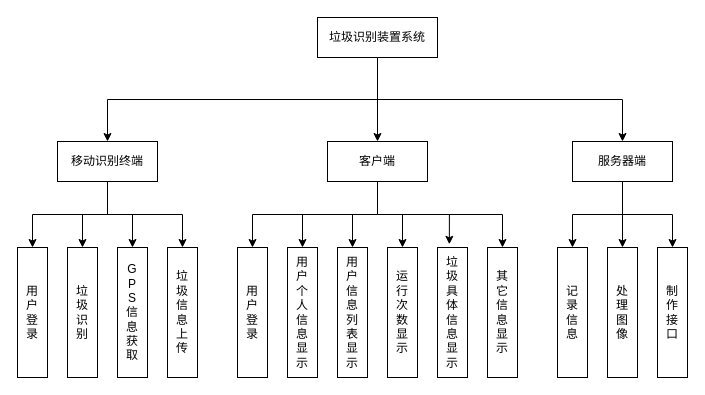
ZHYCarge/DrawIo keeps this draw.io diagram as page "总功能" (3 of 4) of 毕业设计/功能分析图.drawio. Above is the earlier version. Source tidied: cells renumbered, new cells numbered last; positions are measured from the earlier drawing's top-left corner, leaving out a move shared by most shapes. Both pictures are drawn from the tidied source at 100%, with x=0, y=0 at pixel (-33, 17).
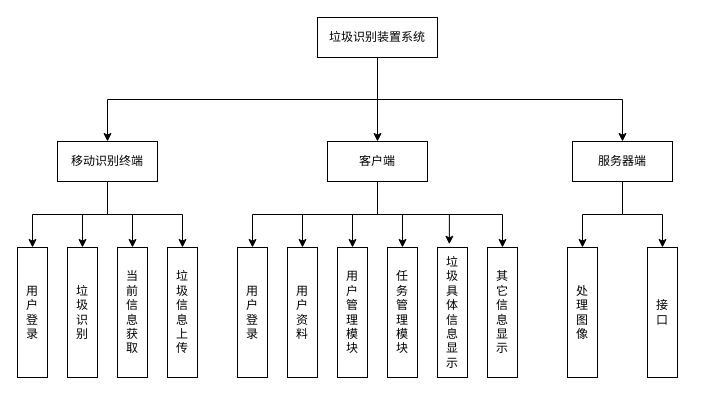
The same page after the edit.

Commit message:
更新功能分析图.drawio

The change refers to these unchanged cells:
```xml
<mxCell id="5" value="服务器端" style="whiteSpace=wrap;html=1;" parent="1" vertex="1">
  <mxGeometry x="605" y="124" width="100" height="40" as="geometry" />
</mxCell>
```

Change to the diagram source:
```diff
@@
-    <mxCell id="2" style="edgeStyle=orthogonalEdgeStyle;rounded=0;jettySize=auto;html=1;entryX=0;entryY=0.5;entryDx=0;entryDy=0;" parent="1" edge="1" source="5" target="26">
-      <mxGeometry relative="1" as="geometry" />
-    </mxCell>
@@
-    <mxCell id="24" value="G&lt;br&gt;P&lt;br&gt;S&lt;br&gt;信息获取" style="rounded=0;whiteSpace=wrap;html=1;rotation=90;verticalAlign=middle;horizontal=0;spacing=20;" parent="1" vertex="1">
+    <mxCell id="24" value="当前&lt;br&gt;信息获取" style="rounded=0;whiteSpace=wrap;html=1;rotation=90;verticalAlign=middle;horizontal=0;spacing=20;" parent="1" vertex="1">
       <mxGeometry x="100" y="280" width="130" height="30" as="geometry" />
     </mxCell>
@@
-    <mxCell id="26" value="记录信息" style="rounded=0;whiteSpace=wrap;html=1;rotation=90;verticalAlign=middle;horizontal=0;spacing=20;" parent="1" vertex="1">
-      <mxGeometry x="540" y="280" width="130" height="30" as="geometry" />
-    </mxCell>
     <mxCell id="27" value="处理图像" style="rounded=0;whiteSpace=wrap;html=1;rotation=90;verticalAlign=middle;horizontal=0;spacing=20;" parent="1" vertex="1">
-      <mxGeometry x="590" y="280" width="130" height="30" as="geometry" />
+      <mxGeometry x="550" y="280" width="130" height="30" as="geometry" />
     </mxCell>
-    <mxCell id="28" value="制作接口" style="rounded=0;whiteSpace=wrap;html=1;rotation=90;verticalAlign=middle;horizontal=0;spacing=20;" parent="1" vertex="1">
-      <mxGeometry x="640" y="280" width="130" height="30" as="geometry" />
+    <mxCell id="28" value="接口" style="rounded=0;whiteSpace=wrap;html=1;rotation=90;verticalAlign=middle;horizontal=0;spacing=20;" parent="1" vertex="1">
+      <mxGeometry x="630" y="280" width="130" height="30" as="geometry" />
     </mxCell>
@@
-    <mxCell id="30" value="用户个人信息显示" style="rounded=0;whiteSpace=wrap;html=1;rotation=90;verticalAlign=middle;horizontal=0;spacing=20;" parent="1" vertex="1">
+    <mxCell id="30" value="用户资料" style="rounded=0;whiteSpace=wrap;html=1;rotation=90;verticalAlign=middle;horizontal=0;spacing=20;" parent="1" vertex="1">
       <mxGeometry x="270" y="280" width="130" height="30" as="geometry" />
     </mxCell>
-    <mxCell id="31" value="用户信息列表显示" style="rounded=0;whiteSpace=wrap;html=1;rotation=90;verticalAlign=middle;horizontal=0;spacing=20;" parent="1" vertex="1">
+    <mxCell id="31" value="用户管理模块" style="rounded=0;whiteSpace=wrap;html=1;rotation=90;verticalAlign=middle;horizontal=0;spacing=20;" parent="1" vertex="1">
       <mxGeometry x="320" y="280" width="130" height="30" as="geometry" />
     </mxCell>
-    <mxCell id="32" value="运行次数显示" style="rounded=0;whiteSpace=wrap;html=1;rotation=90;verticalAlign=middle;horizontal=0;spacing=20;" parent="1" vertex="1">
+    <mxCell id="32" value="任务管理模块" style="rounded=0;whiteSpace=wrap;html=1;rotation=90;verticalAlign=middle;horizontal=0;spacing=20;" parent="1" vertex="1">
       <mxGeometry x="370" y="280" width="130" height="30" as="geometry" />
     </mxCell>
```
